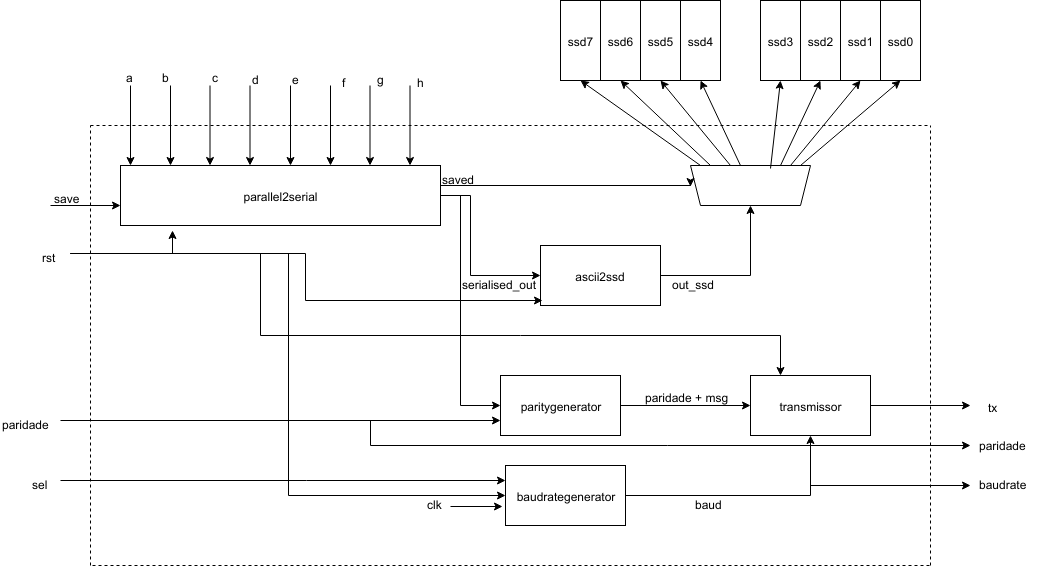
Earlier version of the draw.io export diagram1.png (SuyKingsleigh/DLP1-final). Source tidied: cells renumbered, new cells last; positions are measured from the earlier drawing's top-left corner, leaving out a move shared by most shapes.
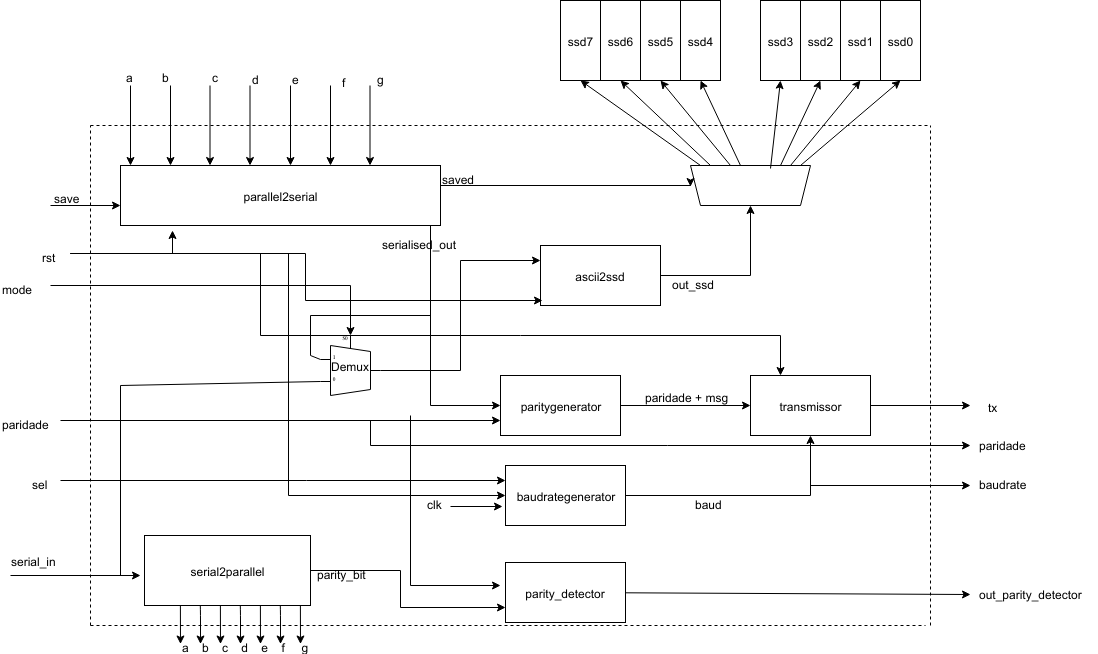
The same diagram one commit later.

What changed in the source:
```diff
@@ -2,14 +2,6 @@
   <root>
     <mxCell id="0" />
     <mxCell id="1" parent="0" />
-    <mxCell id="2" style="edgeStyle=orthogonalEdgeStyle;rounded=0;jettySize=auto;html=1;exitX=1;exitY=0.5;exitDx=0;exitDy=0;entryX=0;entryY=0.5;entryDx=0;entryDy=0;" parent="1" edge="1" source="4" target="32">
-      <mxGeometry relative="1" as="geometry">
-        <Array as="points">
-          <mxPoint x="470" y="195" />
-          <mxPoint x="470" y="275" />
-        </Array>
-      </mxGeometry>
-    </mxCell>
     <mxCell id="3" style="edgeStyle=orthogonalEdgeStyle;rounded=0;jettySize=auto;html=1;exitX=1;exitY=0.25;exitDx=0;exitDy=0;" parent="1" edge="1" source="4">
       <mxGeometry relative="1" as="geometry">
         <mxPoint x="690" y="186" as="targetPoint" />
@@ -42,9 +34,6 @@
     <mxCell id="11" value="g" style="text;html=1;align=left;verticalAlign=top;spacingTop=-4;" parent="1" vertex="1">
       <mxGeometry x="375" y="70" width="20" height="10" as="geometry" />
     </mxCell>
-    <mxCell id="12" value="h" style="text;html=1;align=left;verticalAlign=top;spacingTop=-4;" parent="1" vertex="1">
-      <mxGeometry x="415" y="73" width="20" height="10" as="geometry" />
-    </mxCell>
     <mxCell id="13" style="endArrow=classic;html=1;entryX=0.031;entryY=0;entryDx=0;entryDy=0;entryPerimeter=0;" parent="1" edge="1" target="4">
       <mxGeometry relative="1" as="geometry">
         <mxPoint x="130" y="85" as="sourcePoint" />
@@ -68,12 +57,6 @@
         <mxPoint x="209.5" y="165" as="targetPoint" />
       </mxGeometry>
     </mxCell>
-    <mxCell id="17" style="endArrow=classic;html=1;entryX=0.031;entryY=0;entryDx=0;entryDy=0;entryPerimeter=0;" parent="1" edge="1">
-      <mxGeometry relative="1" as="geometry">
-        <mxPoint x="409.5" y="85" as="sourcePoint" />
-        <mxPoint x="409.5" y="165" as="targetPoint" />
-      </mxGeometry>
-    </mxCell>
     <mxCell id="18" style="endArrow=classic;html=1;entryX=0.031;entryY=0;entryDx=0;entryDy=0;entryPerimeter=0;" parent="1" edge="1">
       <mxGeometry relative="1" as="geometry">
         <mxPoint x="369.5" y="85" as="sourcePoint" />
@@ -132,9 +115,6 @@
     <mxCell id="32" value="ascii2ssd" style="rounded=0;whiteSpace=wrap;html=1;" parent="1" vertex="1">
       <mxGeometry x="540" y="245" width="120" height="60" as="geometry" />
     </mxCell>
-    <mxCell id="33" value="serialised_out" style="text;html=1;align=left;verticalAlign=top;spacingTop=-4;" parent="1" vertex="1">
-      <mxGeometry x="460" y="275" width="90" height="10" as="geometry" />
-    </mxCell>
     <mxCell id="34" value="out_ssd" style="text;html=1;align=left;verticalAlign=top;spacingTop=-4;" parent="1" vertex="1">
       <mxGeometry x="670" y="275" width="60" height="10" as="geometry" />
     </mxCell>
@@ -211,15 +191,14 @@
     <mxCell id="49" value="paritygenerator" style="rounded=0;whiteSpace=wrap;html=1;" parent="1" vertex="1">
       <mxGeometry x="500" y="375" width="120" height="60" as="geometry" />
     </mxCell>
-    <mxCell id="50" style="endArrow=none;html=1;" parent="1" edge="1">
+    <mxCell id="50" style="endArrow=none;html=1;entryX=0.969;entryY=1;entryDx=0;entryDy=0;entryPerimeter=0;" parent="1" edge="1" target="4">
       <mxGeometry relative="1" as="geometry">
-        <mxPoint x="460" y="405" as="sourcePoint" />
-        <mxPoint x="460" y="195" as="targetPoint" />
+        <mxPoint x="430" y="405" as="sourcePoint" />
       </mxGeometry>
     </mxCell>
     <mxCell id="51" style="endArrow=classic;html=1;entryX=0;entryY=0.5;entryDx=0;entryDy=0;" parent="1" edge="1" target="49">
       <mxGeometry relative="1" as="geometry">
-        <mxPoint x="460" y="405" as="sourcePoint" />
+        <mxPoint x="430" y="405" as="sourcePoint" />
       </mxGeometry>
     </mxCell>
     <mxCell id="52" style="edgeStyle=orthogonalEdgeStyle;rounded=0;jettySize=auto;html=1;entryX=0;entryY=0.75;entryDx=0;entryDy=0;" parent="1" edge="1" source="53" target="49">
@@ -295,13 +274,13 @@
     </mxCell>
     <mxCell id="70" style="endArrow=none;dashed=1;html=1;" parent="1" edge="1">
       <mxGeometry relative="1" as="geometry">
-        <mxPoint x="90" y="565" as="sourcePoint" />
+        <mxPoint x="90" y="625" as="sourcePoint" />
         <mxPoint x="90" y="125" as="targetPoint" />
       </mxGeometry>
     </mxCell>
     <mxCell id="71" style="endArrow=none;dashed=1;html=1;" parent="1" edge="1">
       <mxGeometry relative="1" as="geometry">
-        <mxPoint x="930" y="565" as="sourcePoint" />
+        <mxPoint x="930" y="625" as="sourcePoint" />
         <mxPoint x="930" y="125" as="targetPoint" />
       </mxGeometry>
     </mxCell>
@@ -311,12 +290,6 @@
         <mxPoint x="930" y="125" as="targetPoint" />
       </mxGeometry>
     </mxCell>
-    <mxCell id="73" style="endArrow=none;dashed=1;html=1;" parent="1" edge="1">
-      <mxGeometry relative="1" as="geometry">
-        <mxPoint x="92" y="565" as="sourcePoint" />
-        <mxPoint x="932" y="565" as="targetPoint" />
-      </mxGeometry>
-    </mxCell>
     <mxCell id="74" style="edgeStyle=orthogonalEdgeStyle;rounded=0;jettySize=auto;html=1;entryX=0.161;entryY=1.076;entryDx=0;entryDy=0;entryPerimeter=0;" parent="1" edge="1" source="78" target="4">
       <mxGeometry relative="1" as="geometry">
         <Array as="points">
@@ -342,5 +315,154 @@
     <mxCell id="78" value="rst" style="text;html=1;points=[];align=left;verticalAlign=top;spacingTop=-4;" parent="1" vertex="1">
       <mxGeometry x="40" y="248" width="30" height="10" as="geometry" />
     </mxCell>
+    <mxCell id="79" style="edgeStyle=orthogonalEdgeStyle;rounded=0;jettySize=auto;html=1;entryX=0.3333333333333333;entryY=1;entryDx=10;entryDy=0;entryPerimeter=0;" parent="1" edge="1" source="80" target="86">
+      <mxGeometry relative="1" as="geometry" />
+    </mxCell>
+    <mxCell id="80" value="mode" style="text;html=1;points=[];align=left;verticalAlign=top;spacingTop=-4;" parent="1" vertex="1">
+      <mxGeometry y="280" width="50" height="10" as="geometry" />
+    </mxCell>
+    <mxCell id="81" style="edgeStyle=orthogonalEdgeStyle;rounded=0;jettySize=auto;html=1;entryX=0;entryY=0.75;entryDx=0;entryDy=0;" parent="1" edge="1" source="82" target="100">
+      <mxGeometry relative="1" as="geometry">
+        <Array as="points">
+          <mxPoint x="400" y="570" />
+          <mxPoint x="400" y="607" />
+        </Array>
+      </mxGeometry>
+    </mxCell>
+    <mxCell id="82" value="serial2parallel" style="rounded=0;whiteSpace=wrap;html=1;" parent="1" vertex="1">
+      <mxGeometry x="144" y="535" width="166" height="70" as="geometry" />
+    </mxCell>
+    <mxCell id="83" style="endArrow=classic;html=1;" parent="1" edge="1">
+      <mxGeometry relative="1" as="geometry">
+        <mxPoint x="10" y="575" as="sourcePoint" />
+        <mxPoint x="140" y="575" as="targetPoint" />
+      </mxGeometry>
+    </mxCell>
+    <mxCell id="84" value="serial_in" style="text;html=1;align=left;verticalAlign=top;spacingTop=-4;" parent="1" vertex="1">
+      <mxGeometry x="9" y="552" width="60" height="10" as="geometry" />
+    </mxCell>
+    <mxCell id="85" style="edgeStyle=orthogonalEdgeStyle;rounded=0;jettySize=auto;html=1;exitX=0;exitY=0.4166666666666667;exitDx=0;exitDy=0;exitPerimeter=0;entryX=0;entryY=0.25;entryDx=0;entryDy=0;" parent="1" edge="1" source="86" target="32">
+      <mxGeometry relative="1" as="geometry" />
+    </mxCell>
+    <mxCell id="86" value="Demux" style="shadow=0;dashed=0;align=center;fillColor=#ffffff;html=1;strokeWidth=1;shape=mxgraph.electrical.abstract.mux2;operation=demux;direction=west;" parent="1" vertex="1">
+      <mxGeometry x="320" y="335" width="60" height="60" as="geometry" />
+    </mxCell>
+    <mxCell id="33" value="serialised_out" style="text;html=1;align=left;verticalAlign=top;spacingTop=-4;" parent="1" vertex="1">
+      <mxGeometry x="380" y="235" width="90" height="10" as="geometry" />
+    </mxCell>
+    <mxCell id="87" style="endArrow=none;html=1;" parent="1" edge="1">
+      <mxGeometry relative="1" as="geometry">
+        <mxPoint x="310" y="315" as="sourcePoint" />
+        <mxPoint x="430" y="315" as="targetPoint" />
+      </mxGeometry>
+    </mxCell>
+    <mxCell id="88" style="endArrow=none;html=1;" parent="1" edge="1">
+      <mxGeometry relative="1" as="geometry">
+        <mxPoint x="310" y="355" as="sourcePoint" />
+        <mxPoint x="310" y="315" as="targetPoint" />
+      </mxGeometry>
+    </mxCell>
+    <mxCell id="89" style="endArrow=none;html=1;entryX=1;entryY=0.5499999999999999;entryDx=0;entryDy=3;entryPerimeter=0;" parent="1" edge="1" target="86">
+      <mxGeometry relative="1" as="geometry">
+        <mxPoint x="310" y="355" as="sourcePoint" />
+      </mxGeometry>
+    </mxCell>
+    <mxCell id="90" style="endArrow=none;html=1;" parent="1" edge="1">
+      <mxGeometry relative="1" as="geometry">
+        <mxPoint x="120" y="575" as="sourcePoint" />
+        <mxPoint x="120" y="385" as="targetPoint" />
+      </mxGeometry>
+    </mxCell>
+    <mxCell id="91" style="endArrow=none;html=1;entryX=1;entryY=0.18333333333333332;entryDx=0;entryDy=3;entryPerimeter=0;" parent="1" edge="1" target="86">
+      <mxGeometry relative="1" as="geometry">
+        <mxPoint x="120" y="385" as="sourcePoint" />
+      </mxGeometry>
+    </mxCell>
+    <mxCell id="92" style="endArrow=classic;html=1;exitX=0.039;exitY=1.024;exitDx=0;exitDy=0;exitPerimeter=0;" parent="1" edge="1">
+      <mxGeometry relative="1" as="geometry">
+        <mxPoint x="179.9" y="605.2" as="sourcePoint" />
+        <mxPoint x="180" y="643.5" as="targetPoint" />
+      </mxGeometry>
+    </mxCell>
+    <mxCell id="93" style="endArrow=classic;html=1;exitX=0.039;exitY=1.024;exitDx=0;exitDy=0;exitPerimeter=0;" parent="1" edge="1">
+      <mxGeometry relative="1" as="geometry">
+        <mxPoint x="219.9" y="605.2" as="sourcePoint" />
+        <mxPoint x="220" y="643.5" as="targetPoint" />
+      </mxGeometry>
+    </mxCell>
+    <mxCell id="94" style="endArrow=classic;html=1;exitX=0.039;exitY=1.024;exitDx=0;exitDy=0;exitPerimeter=0;" parent="1" edge="1">
+      <mxGeometry relative="1" as="geometry">
+        <mxPoint x="199.8" y="605.1" as="sourcePoint" />
+        <mxPoint x="200" y="643.5" as="targetPoint" />
+        <Array as="points">
+          <mxPoint x="200" y="613.5" />
+        </Array>
+      </mxGeometry>
+    </mxCell>
+    <mxCell id="95" style="endArrow=classic;html=1;exitX=0.039;exitY=1.024;exitDx=0;exitDy=0;exitPerimeter=0;" parent="1" edge="1">
+      <mxGeometry relative="1" as="geometry">
+        <mxPoint x="259.9" y="605.2" as="sourcePoint" />
+        <mxPoint x="260" y="643.5" as="targetPoint" />
+      </mxGeometry>
+    </mxCell>
+    <mxCell id="96" style="endArrow=classic;html=1;exitX=0.039;exitY=1.024;exitDx=0;exitDy=0;exitPerimeter=0;" parent="1" edge="1">
+      <mxGeometry relative="1" as="geometry">
+        <mxPoint x="239.8" y="605.1" as="sourcePoint" />
+        <mxPoint x="240" y="643.5" as="targetPoint" />
+        <Array as="points">
+          <mxPoint x="240" y="613.5" />
+        </Array>
+      </mxGeometry>
+    </mxCell>
+    <mxCell id="97" style="endArrow=classic;html=1;exitX=0.039;exitY=1.024;exitDx=0;exitDy=0;exitPerimeter=0;" parent="1" edge="1">
+      <mxGeometry relative="1" as="geometry">
+        <mxPoint x="299.9" y="605.2" as="sourcePoint" />
+        <mxPoint x="300" y="643.5" as="targetPoint" />
+      </mxGeometry>
+    </mxCell>
+    <mxCell id="98" style="endArrow=classic;html=1;exitX=0.039;exitY=1.024;exitDx=0;exitDy=0;exitPerimeter=0;" parent="1" edge="1">
+      <mxGeometry relative="1" as="geometry">
+        <mxPoint x="279.8" y="605.1" as="sourcePoint" />
+        <mxPoint x="280" y="643.5" as="targetPoint" />
+        <Array as="points">
+          <mxPoint x="280" y="613.5" />
+        </Array>
+      </mxGeometry>
+    </mxCell>
+    <mxCell id="99" value="a&amp;nbsp; &amp;nbsp; b&amp;nbsp; &amp;nbsp; c&amp;nbsp; &amp;nbsp; d&amp;nbsp; &amp;nbsp; e&amp;nbsp; &amp;nbsp; f&amp;nbsp; &amp;nbsp; &amp;nbsp;g" style="text;html=1;align=left;verticalAlign=top;spacingTop=-4;" parent="1" vertex="1">
+      <mxGeometry x="180" y="638" width="140" height="10" as="geometry" />
+    </mxCell>
+    <mxCell id="100" value="parity_detector" style="rounded=0;whiteSpace=wrap;html=1;" parent="1" vertex="1">
+      <mxGeometry x="505" y="562" width="120" height="60" as="geometry" />
+    </mxCell>
+    <mxCell id="101" style="endArrow=none;html=1;" parent="1" edge="1">
+      <mxGeometry relative="1" as="geometry">
+        <mxPoint x="410" y="585" as="sourcePoint" />
+        <mxPoint x="410" y="415" as="targetPoint" />
+      </mxGeometry>
+    </mxCell>
+    <mxCell id="102" style="endArrow=classic;html=1;" parent="1" edge="1">
+      <mxGeometry relative="1" as="geometry">
+        <mxPoint x="410" y="585" as="sourcePoint" />
+        <mxPoint x="500" y="585" as="targetPoint" />
+      </mxGeometry>
+    </mxCell>
+    <mxCell id="103" value="parity_bit" style="text;html=1;align=left;verticalAlign=top;spacingTop=-4;" parent="1" vertex="1">
+      <mxGeometry x="315" y="565" width="60" height="10" as="geometry" />
+    </mxCell>
+    <mxCell id="104" style="endArrow=classic;html=1;" parent="1" edge="1" source="100">
+      <mxGeometry relative="1" as="geometry">
+        <mxPoint x="970" y="594" as="targetPoint" />
+      </mxGeometry>
+    </mxCell>
+    <mxCell id="105" value="out_parity_detector" style="text;html=1;align=left;verticalAlign=top;spacingTop=-4;" parent="1" vertex="1">
+      <mxGeometry x="977" y="585" width="120" height="10" as="geometry" />
+    </mxCell>
+    <mxCell id="106" style="endArrow=none;dashed=1;html=1;" parent="1" edge="1">
+      <mxGeometry relative="1" as="geometry">
+        <mxPoint x="90" y="625" as="sourcePoint" />
+        <mxPoint x="925" y="625" as="targetPoint" />
+      </mxGeometry>
+    </mxCell>
   </root>
 </mxGraphModel>
```
